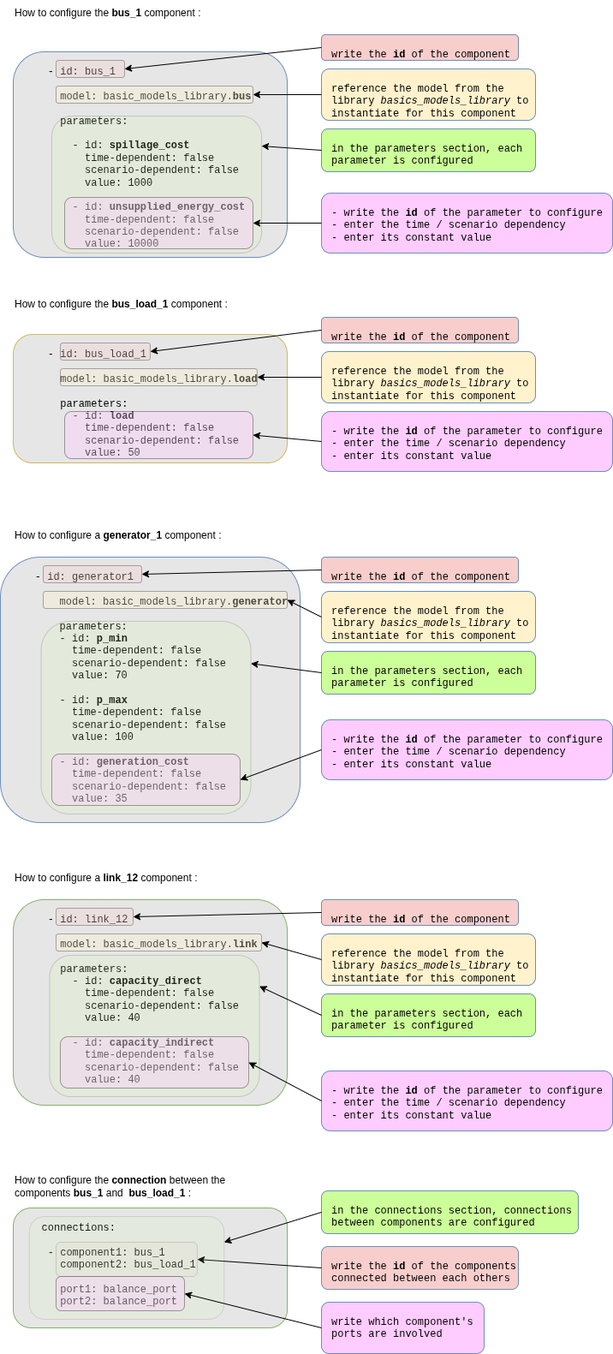
This is doc/assets/2_QSE_Adequacy_system.png from AntaresSimulatorTeam/GEMS, a draw.io export, as it was before one commit. Source tidied: cells renumbered, new cells last; positions are measured from the earlier drawing's top-left corner, leaving out a move shared by most shapes.
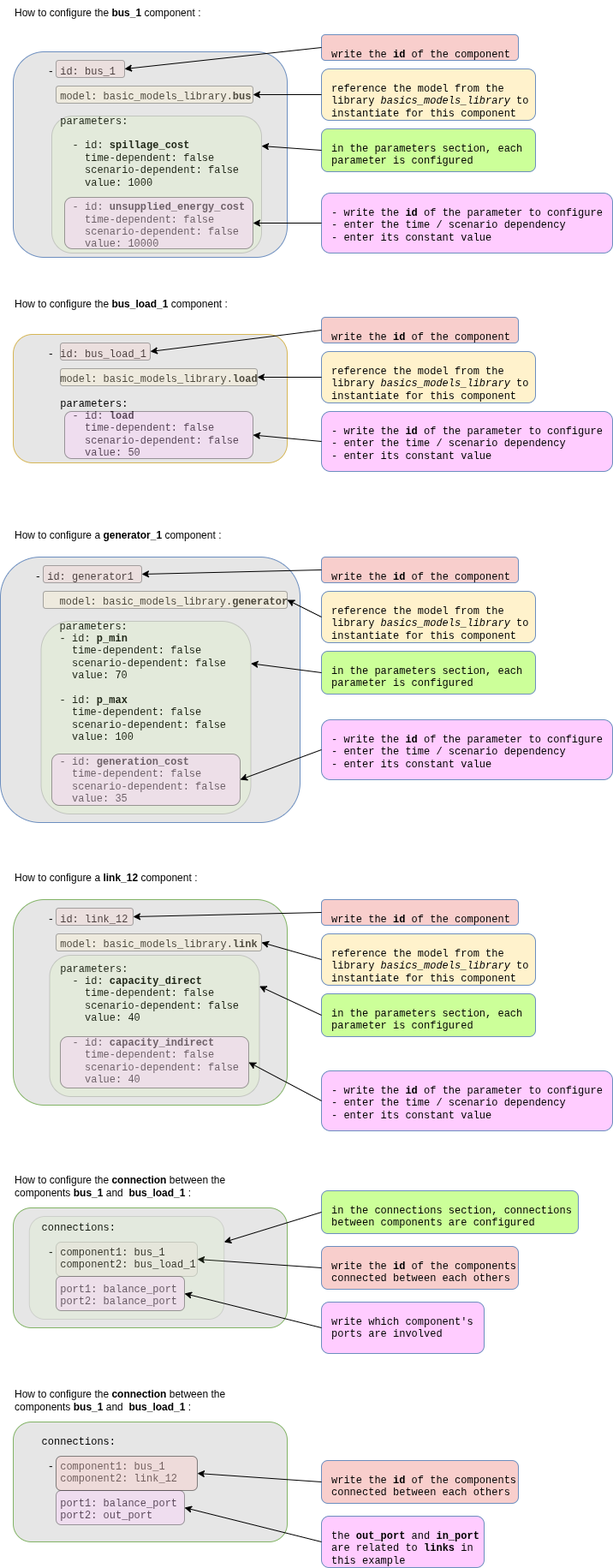
The same file after the commit.

Commit message:
update system yaml file explanations

What changed in the source:
```diff
@@ -194,5 +194,29 @@
     <mxCell id="65" value="How to configure the &lt;b&gt;connection&lt;/b&gt;&amp;nbsp;between the components &lt;b&gt;bus_1 &lt;/b&gt;and&amp;nbsp;&lt;b&gt;&amp;nbsp;bus_load_1&amp;nbsp;&lt;/b&gt;:" style="text;html=1;whiteSpace=wrap;strokeColor=none;fillColor=none;align=left;verticalAlign=middle;rounded=0;" parent="1" vertex="1">
       <mxGeometry x="15" y="1370" width="285" height="30" as="geometry" />
     </mxCell>
+    <mxCell id="66" value="&lt;div&gt;&amp;nbsp; &amp;nbsp;connections:&lt;/div&gt;&lt;div&gt;&lt;br&gt;&lt;/div&gt;&lt;div&gt;&lt;div&gt;&amp;nbsp; &amp;nbsp; - component1: bus_1&lt;/div&gt;&lt;div&gt;&amp;nbsp; &amp;nbsp; &amp;nbsp; component2: link_12&lt;/div&gt;&lt;div&gt;&lt;br&gt;&lt;/div&gt;&lt;div&gt;&amp;nbsp; &amp;nbsp; &amp;nbsp; port1: balance_port&lt;/div&gt;&lt;div&gt;&amp;nbsp; &amp;nbsp; &amp;nbsp; port2: out_port&lt;/div&gt;&lt;/div&gt;" style="rounded=1;whiteSpace=wrap;html=1;fillColor=#E6E6E6;strokeColor=#82b366;align=left;verticalAlign=top;fontFamily=Courier New;fontSize=12;spacingLeft=10;spacingTop=10;" parent="1" vertex="1">
+      <mxGeometry x="15" y="1660" width="320" height="140" as="geometry" />
+    </mxCell>
+    <mxCell id="67" value="write the &lt;b&gt;id&lt;/b&gt;&amp;nbsp;of the components connected between each others" style="rounded=1;whiteSpace=wrap;html=1;fillColor=#F8CECC;strokeColor=#6c8ebf;align=left;verticalAlign=top;fontFamily=Courier New;fontSize=12;spacingLeft=10;spacingTop=10;" parent="1" vertex="1">
+      <mxGeometry x="375" y="1705" width="230" height="50" as="geometry" />
+    </mxCell>
+    <mxCell id="68" style="rounded=1;whiteSpace=wrap;html=1;opacity=45;fillColor=#F8CECC;" parent="1" vertex="1">
+      <mxGeometry x="65" y="1700" width="165" height="40" as="geometry" />
+    </mxCell>
+    <mxCell id="69" style="endArrow=classic;html=1;rounded=0;exitX=0;exitY=0.5;exitDx=0;exitDy=0;entryX=1;entryY=0.5;entryDx=0;entryDy=0;" parent="1" edge="1" source="67" target="68">
+      <mxGeometry relative="1" as="geometry" />
+    </mxCell>
+    <mxCell id="70" value="the &lt;b&gt;out_port&lt;/b&gt; and &lt;b&gt;in_port&lt;/b&gt; are related to &lt;b&gt;links&lt;/b&gt; in this example" style="rounded=1;whiteSpace=wrap;html=1;fillColor=#FFCCFF;strokeColor=#6c8ebf;align=left;verticalAlign=top;fontFamily=Courier New;fontSize=12;spacingLeft=10;spacingTop=10;" parent="1" vertex="1">
+      <mxGeometry x="375" y="1770" width="190" height="60" as="geometry" />
+    </mxCell>
+    <mxCell id="71" style="rounded=1;whiteSpace=wrap;html=1;opacity=35;fillColor=#FFCCFF;" parent="1" vertex="1">
+      <mxGeometry x="65" y="1740" width="150" height="40" as="geometry" />
+    </mxCell>
+    <mxCell id="72" style="endArrow=classic;html=1;rounded=0;exitX=0;exitY=0.5;exitDx=0;exitDy=0;entryX=1;entryY=0.5;entryDx=0;entryDy=0;" parent="1" edge="1" source="70" target="71">
+      <mxGeometry relative="1" as="geometry" />
+    </mxCell>
+    <mxCell id="73" value="How to configure the &lt;b&gt;connection&lt;/b&gt;&amp;nbsp;between the components &lt;b&gt;bus_1 &lt;/b&gt;and&amp;nbsp;&lt;b&gt;&amp;nbsp;bus_load_1&amp;nbsp;&lt;/b&gt;:" style="text;html=1;whiteSpace=wrap;strokeColor=none;fillColor=none;align=left;verticalAlign=middle;rounded=0;" parent="1" vertex="1">
+      <mxGeometry x="15" y="1620" width="285" height="30" as="geometry" />
+    </mxCell>
   </root>
 </mxGraphModel>
```
